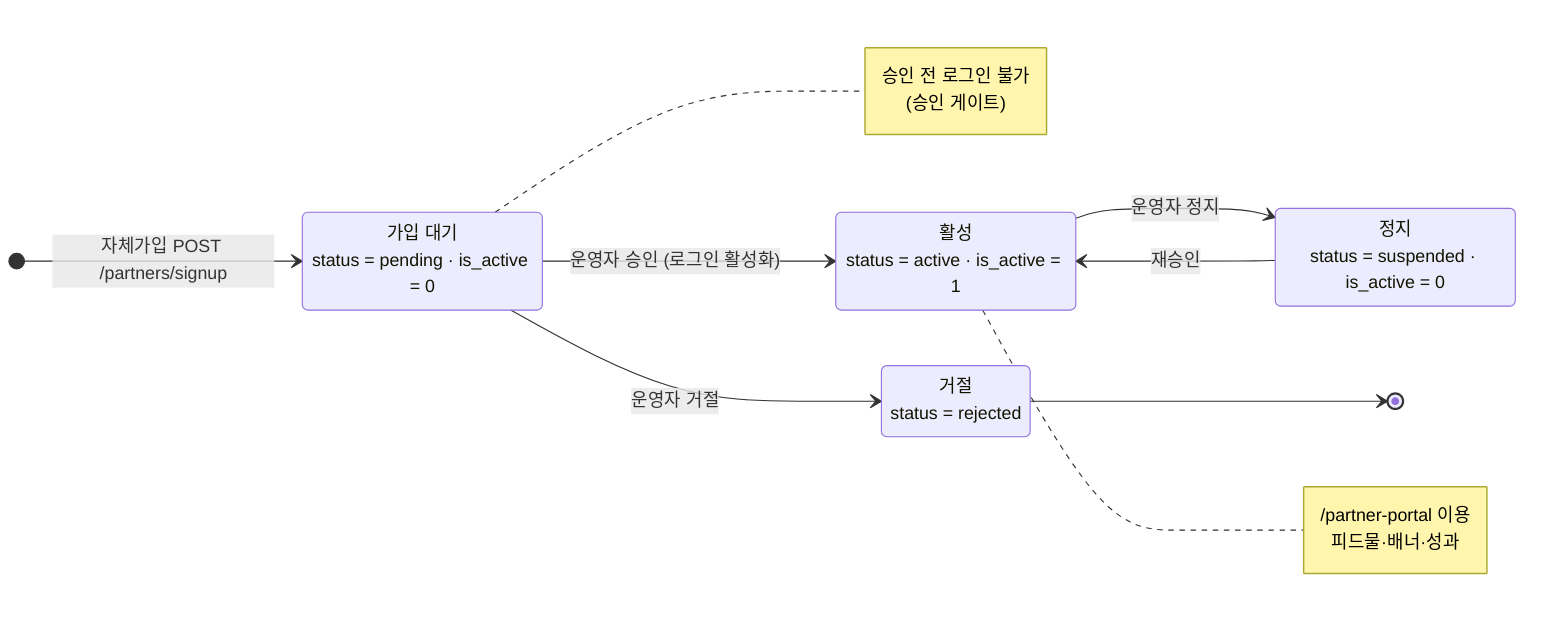
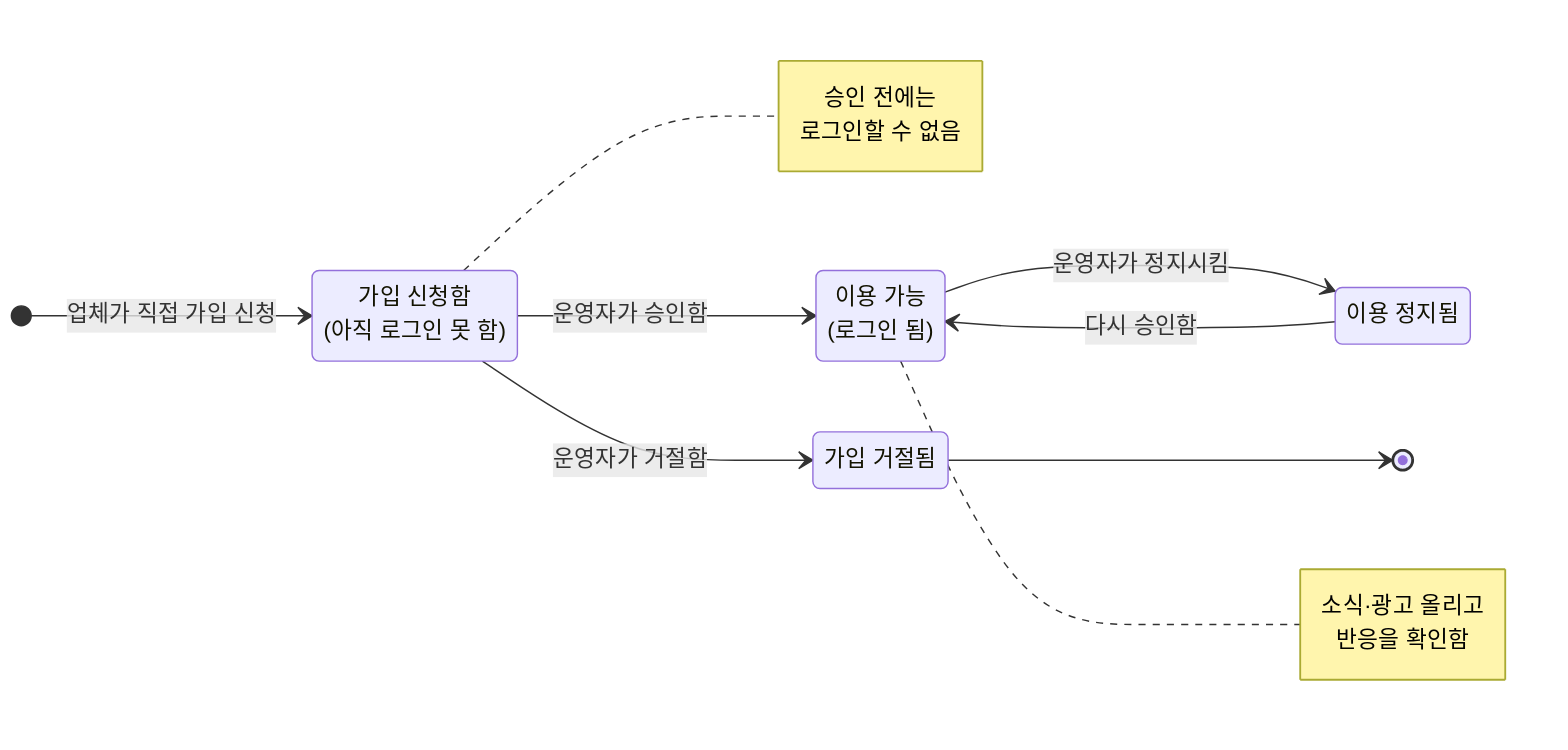
- %% 상태 전이 — 제휴사 가입(partner.status) + 로그인 게이트(users.is_active)
- %% 출처: backend/src/modules/partners/router.ts
+ %% 교육·활동 업체가 가입하고 이용하기까지 — 쉬운 말 버전
stateDiagram-v2
  direction LR
-   [*] --> 가입대기 : 자체가입 POST /partners/signup
-   state "가입 대기<br/>status = pending · is_active = 0" as 가입대기
-   state "활성<br/>status = active · is_active = 1" as 활성
-   state "거절<br/>status = rejected" as 거절
-   state "정지<br/>status = suspended · is_active = 0" as 정지
+   [*] --> 가입대기 : 업체가 직접 가입 신청
+   state "가입 신청함<br/>(아직 로그인 못 함)" as 가입대기
+   state "이용 가능<br/>(로그인 됨)" as 활성
+   state "가입 거절됨" as 거절
+   state "이용 정지됨" as 정지

-   가입대기 --> 활성 : 운영자 승인 (로그인 활성화)
-   가입대기 --> 거절 : 운영자 거절
-   활성 --> 정지 : 운영자 정지
-   정지 --> 활성 : 재승인
+   가입대기 --> 활성 : 운영자가 승인함
+   가입대기 --> 거절 : 운영자가 거절함
+   활성 --> 정지 : 운영자가 정지시킴
+   정지 --> 활성 : 다시 승인함
  거절 --> [*]

-   note right of 가입대기 : 승인 전 로그인 불가<br/>(승인 게이트)
-   note right of 활성 : /partner-portal 이용<br/>피드물·배너·성과
+   note right of 가입대기 : 승인 전에는<br/>로그인할 수 없음
+   note right of 활성 : 소식·광고 올리고<br/>반응을 확인함
